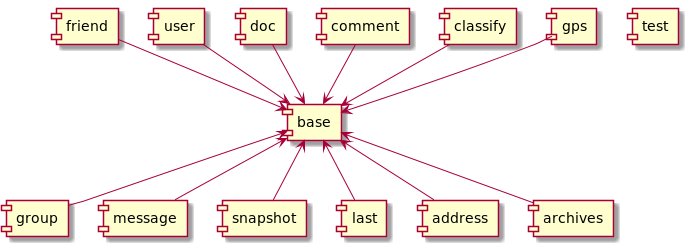
Before: doc/module.png, a diagram exported from PlantUML (wangscript007/ranch).
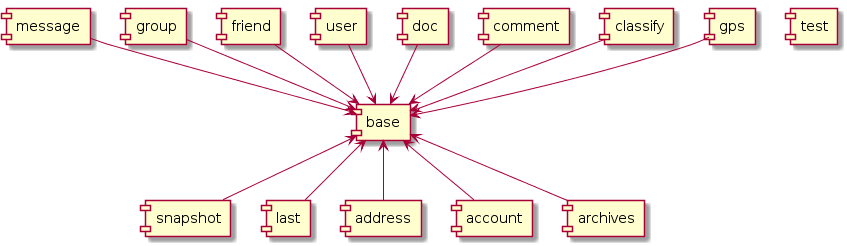
After the change.

Diff of the diagram source:
```diff
@@ -6,11 +6,12 @@
 [base] <-u- [doc]
 [base] <-u- [user]
 [base] <-u- [friend]
-[base] <-- [group]
-[base] <-- [message]
+[base] <-u- [group]
+[base] <-u- [message]
 [base] <-- [snapshot]
 [base] <-- [last]
 [base] <-- [address]
+[base] <-- [account]
 [base] <-- [archives]
 [test]
 
```
